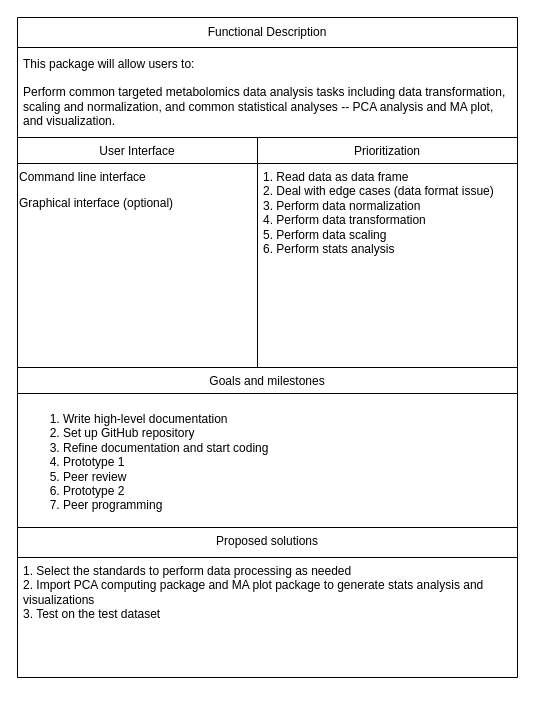
Before: design_documents/DDS(Design Document Specification).drawio in SpicyChicken6/Common_metabolomics-data-analysis_tasks, a draw.io diagram. Source tidied: cells renumbered, new cells numbered last; positions are measured from the earlier drawing's top-left corner, leaving out a move shared by most shapes. Both pictures are drawn from the tidied source at 100%, with x=0, y=0 at pixel (17, 17).
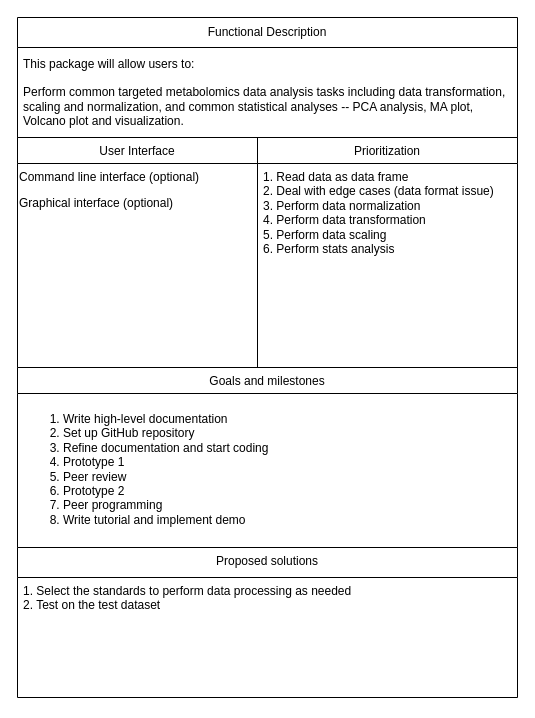
The same diagram, later.

The edit, as a diff of the source:
```diff
@@
 <mxGraphModel>
   <root>
     <mxCell id="0" />
     <mxCell id="1" parent="0" />
     <mxCell id="2" value="User Interface" style="swimlane;fontStyle=0;align=center;verticalAlign=top;horizontal=1;startSize=26;rounded=0;shadow=0;strokeWidth=1;" parent="1" vertex="1">
       <mxGeometry y="120" width="240" height="230" as="geometry" />
     </mxCell>
-    <mxCell id="3" value="Command line interface" style="text;align=left;verticalAlign=top;spacingLeft=0;spacingRight=4;overflow=hidden;" parent="2" vertex="1">
+    <mxCell id="3" value="Command line interface (optional)" style="text;align=left;verticalAlign=top;spacingLeft=0;spacingRight=4;overflow=hidden;" parent="2" vertex="1">
       <mxGeometry y="26" width="240" height="26" as="geometry" />
     </mxCell>
     <mxCell id="4" value="Graphical interface (optional)" style="text;strokeColor=none;fillColor=none;align=left;verticalAlign=top;rounded=0;" parent="2" vertex="1">
       <mxGeometry y="52" width="240" height="30" as="geometry" />
     </mxCell>
     <mxCell id="5" value="Goals and milestones" style="swimlane;fontStyle=0;align=center;verticalAlign=top;horizontal=1;startSize=26;rounded=0;shadow=0;strokeWidth=1;" parent="1" vertex="1">
-      <mxGeometry y="350" width="500" height="160" as="geometry" />
+      <mxGeometry y="350" width="500" height="180" as="geometry" />
     </mxCell>
-    <mxCell id="6" value="&lt;ol&gt;&lt;li&gt;Write high-level documentation&lt;/li&gt;&lt;li&gt;Set up GitHub repository&lt;/li&gt;&lt;li&gt;Refine documentation and start coding&lt;/li&gt;&lt;li&gt;Prototype 1&lt;/li&gt;&lt;li&gt;Peer review&lt;/li&gt;&lt;li&gt;Prototype 2&lt;/li&gt;&lt;li&gt;Peer programming&lt;/li&gt;&lt;/ol&gt;" style="text;strokeColor=none;fillColor=none;align=left;verticalAlign=top;spacingLeft=4;spacingRight=4;overflow=hidden;whiteSpace=wrap;html=1;" parent="5" vertex="1">
-      <mxGeometry y="26" width="500" height="126" as="geometry" />
+    <mxCell id="6" value="&lt;ol&gt;&lt;li&gt;Write high-level documentation&lt;/li&gt;&lt;li&gt;Set up GitHub repository&lt;/li&gt;&lt;li&gt;Refine documentation and start coding&lt;/li&gt;&lt;li&gt;Prototype 1&lt;/li&gt;&lt;li&gt;Peer review&lt;/li&gt;&lt;li&gt;Prototype 2&lt;/li&gt;&lt;li&gt;Peer programming&lt;/li&gt;&lt;li&gt;Write tutorial and implement demo&lt;/li&gt;&lt;/ol&gt;" style="text;strokeColor=none;fillColor=none;align=left;verticalAlign=top;spacingLeft=4;spacingRight=4;overflow=hidden;whiteSpace=wrap;html=1;" parent="5" vertex="1">
+      <mxGeometry y="26" width="500" height="154" as="geometry" />
     </mxCell>
     <mxCell id="7" value="Prioritization" style="swimlane;fontStyle=0;align=center;verticalAlign=top;horizontal=1;startSize=26;rounded=0;shadow=0;strokeWidth=1;" parent="1" vertex="1">
       <mxGeometry x="240" y="120" width="260" height="230" as="geometry" />
     </mxCell>
     <mxCell id="8" value="1. Read data as data frame&lt;br&gt;2. Deal with edge cases (data format issue)&lt;br&gt;3. Perform data normalization&lt;br&gt;4. Perform data transformation&lt;br&gt;5. Perform data scaling&lt;br&gt;6. Perform stats analysis" style="text;align=left;verticalAlign=top;spacingLeft=4;spacingRight=4;overflow=hidden;html=1;whiteSpace=wrap;" parent="7" vertex="1">
       <mxGeometry y="26" width="260" height="204" as="geometry" />
     </mxCell>
     <mxCell id="9" value="Proposed solutions" style="swimlane;fontStyle=0;horizontal=1;startSize=30;whiteSpace=wrap;html=1;verticalAlign=top;" parent="1" vertex="1">
-      <mxGeometry y="510" width="500" height="150" as="geometry" />
+      <mxGeometry y="530" width="500" height="150" as="geometry" />
     </mxCell>
-    <mxCell id="10" value="1. Select the standards to perform data processing as needed&lt;br&gt;2. Import PCA computing package and MA plot package to generate stats analysis and visualizations&lt;br&gt;3. Test on the test dataset" style="text;strokeColor=none;fillColor=none;align=left;verticalAlign=top;spacingLeft=4;spacingRight=4;overflow=hidden;html=1;whiteSpace=wrap;" parent="9" vertex="1">
+    <mxCell id="10" value="1. Select the standards to perform data processing as needed&lt;br&gt;2. Test on the test dataset" style="text;strokeColor=none;fillColor=none;align=left;verticalAlign=top;spacingLeft=4;spacingRight=4;overflow=hidden;html=1;whiteSpace=wrap;" parent="9" vertex="1">
       <mxGeometry y="30" width="500" height="120" as="geometry" />
     </mxCell>
     <mxCell id="11" value="Functional Description" style="swimlane;fontStyle=0;horizontal=1;startSize=30;whiteSpace=wrap;html=1;" parent="1" vertex="1">
       <mxGeometry width="500" height="120" as="geometry" />
     </mxCell>
-    <mxCell id="12" value="This package will allow users to:&lt;br&gt;&lt;br&gt;Perform common targeted metabolomics data analysis tasks including data transformation, scaling and normalization, and common statistical analyses -- PCA analysis and MA plot, and visualization." style="text;strokeColor=none;fillColor=none;align=left;verticalAlign=middle;spacingLeft=4;spacingRight=4;overflow=hidden;whiteSpace=wrap;html=1;" parent="11" vertex="1">
+    <mxCell id="12" value="This package will allow users to:&lt;br&gt;&lt;br&gt;Perform common targeted metabolomics data analysis tasks including data transformation, scaling and normalization, and common statistical analyses -- PCA analysis, MA plot, Volcano plot and visualization." style="text;strokeColor=none;fillColor=none;align=left;verticalAlign=middle;spacingLeft=4;spacingRight=4;overflow=hidden;whiteSpace=wrap;html=1;" parent="11" vertex="1">
       <mxGeometry y="30" width="500" height="90" as="geometry" />
     </mxCell>
   </root>
 </mxGraphModel>
```
